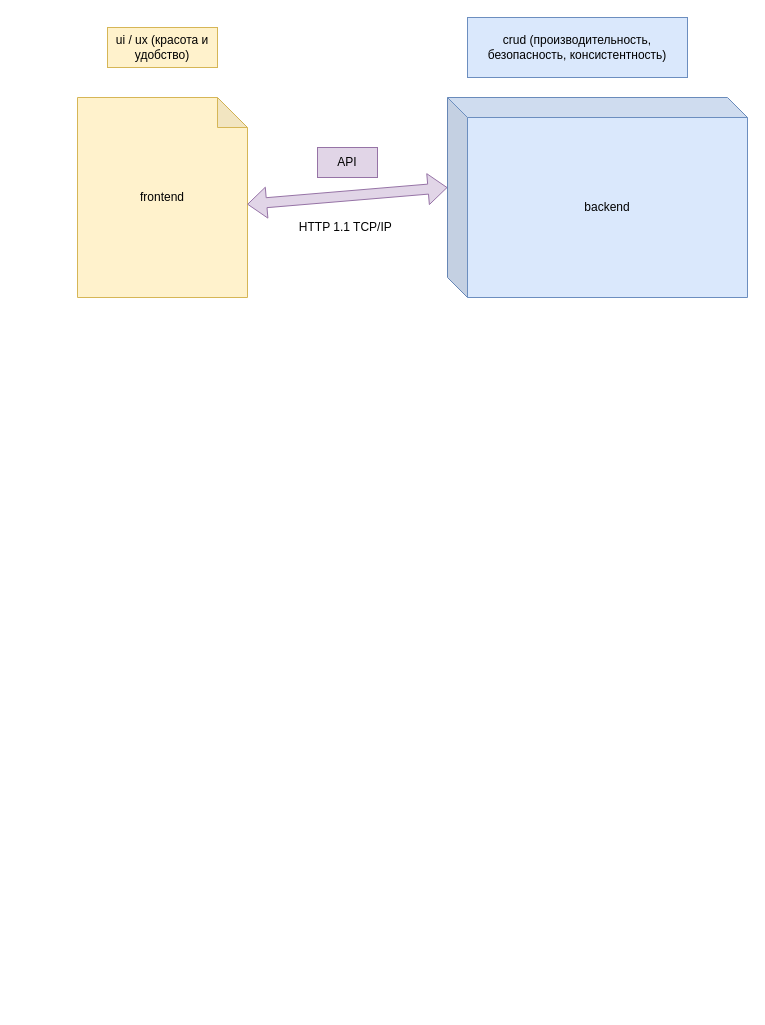
Earlier version of the draw.io diagram projects/7/django_book_store/scheme.drawio (bogdandrienko/PyE-231). Source tidied: cells renumbered, new cells numbered last; positions are measured from the earlier drawing's top-left corner, leaving out a move shared by most shapes. Both pictures are drawn from the tidied source at 100%, with x=0, y=0 at pixel (77, 17).
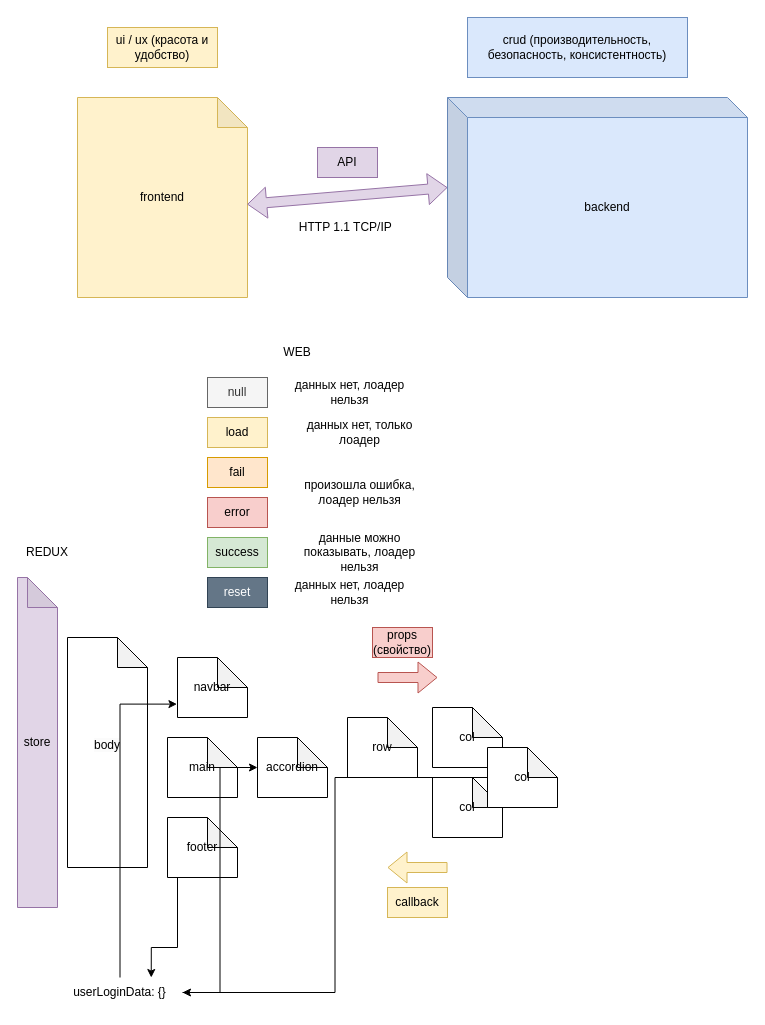
After the change.

The edit, as a diff of the source:
```diff
@@
+    <mxCell id="9" value="&#10;&lt;span style=&quot;color: rgb(0, 0, 0); font-family: Helvetica; font-size: 12px; font-style: normal; font-variant-ligatures: normal; font-variant-caps: normal; font-weight: 400; letter-spacing: normal; orphans: 2; text-align: center; text-indent: 0px; text-transform: none; widows: 2; word-spacing: 0px; -webkit-text-stroke-width: 0px; background-color: rgb(251, 251, 251); text-decoration-thickness: initial; text-decoration-style: initial; text-decoration-color: initial; float: none; display: inline !important;&quot;&gt;body&lt;/span&gt;&#10;&#10;" style="shape=note;whiteSpace=wrap;html=1;backgroundOutline=1;darkOpacity=0.05;" parent="1" vertex="1">
+      <mxGeometry x="-10" y="620" width="80" height="230" as="geometry" />
+    </mxCell>
+    <mxCell id="10" value="navbar" style="shape=note;whiteSpace=wrap;html=1;backgroundOutline=1;darkOpacity=0.05;" parent="1" vertex="1">
+      <mxGeometry x="100" y="640" width="70" height="60" as="geometry" />
+    </mxCell>
+    <mxCell id="11" style="edgeStyle=orthogonalEdgeStyle;rounded=0;jettySize=auto;html=1;entryX=0.75;entryY=0;entryDx=0;entryDy=0;" parent="1" edge="1" source="12" target="38">
+      <mxGeometry relative="1" as="geometry">
+        <Array as="points">
+          <mxPoint x="100" y="930" />
+        </Array>
+      </mxGeometry>
+    </mxCell>
+    <mxCell id="12" value="footer" style="shape=note;whiteSpace=wrap;html=1;backgroundOutline=1;darkOpacity=0.05;" parent="1" vertex="1">
+      <mxGeometry x="90" y="800" width="70" height="60" as="geometry" />
+    </mxCell>
+    <mxCell id="13" value="main" style="shape=note;whiteSpace=wrap;html=1;backgroundOutline=1;darkOpacity=0.05;" parent="1" vertex="1">
+      <mxGeometry x="90" y="720" width="70" height="60" as="geometry" />
+    </mxCell>
+    <mxCell id="14" value="accordion" style="shape=note;whiteSpace=wrap;html=1;backgroundOutline=1;darkOpacity=0.05;" parent="1" vertex="1">
+      <mxGeometry x="180" y="720" width="70" height="60" as="geometry" />
+    </mxCell>
+    <mxCell id="15" value="row" style="shape=note;whiteSpace=wrap;html=1;backgroundOutline=1;darkOpacity=0.05;" parent="1" vertex="1">
+      <mxGeometry x="270" y="700" width="70" height="60" as="geometry" />
+    </mxCell>
+    <mxCell id="16" value="col" style="shape=note;whiteSpace=wrap;html=1;backgroundOutline=1;darkOpacity=0.05;" parent="1" vertex="1">
+      <mxGeometry x="355" y="690" width="70" height="60" as="geometry" />
+    </mxCell>
+    <mxCell id="17" value="col" style="shape=note;whiteSpace=wrap;html=1;backgroundOutline=1;darkOpacity=0.05;" parent="1" vertex="1">
+      <mxGeometry x="355" y="760" width="70" height="60" as="geometry" />
+    </mxCell>
+    <mxCell id="18" style="edgeStyle=orthogonalEdgeStyle;rounded=0;jettySize=auto;html=1;entryX=1;entryY=0.5;entryDx=0;entryDy=0;" parent="1" edge="1" source="19" target="38">
+      <mxGeometry relative="1" as="geometry" />
+    </mxCell>
+    <mxCell id="19" value="col" style="shape=note;whiteSpace=wrap;html=1;backgroundOutline=1;darkOpacity=0.05;" parent="1" vertex="1">
+      <mxGeometry x="410" y="730" width="70" height="60" as="geometry" />
+    </mxCell>
+    <mxCell id="20" style="shape=flexArrow;endArrow=classic;html=1;rounded=0;fillColor=#f8cecc;strokeColor=#b85450;" parent="1" edge="1">
+      <mxGeometry relative="1" as="geometry">
+        <mxPoint x="300" y="660" as="sourcePoint" />
+        <mxPoint x="360" y="660" as="targetPoint" />
+      </mxGeometry>
+    </mxCell>
+    <mxCell id="21" value="props (свойство)" style="text;html=1;align=center;verticalAlign=middle;whiteSpace=wrap;rounded=0;fillColor=#f8cecc;strokeColor=#b85450;" parent="1" vertex="1">
+      <mxGeometry x="295" y="610" width="60" height="30" as="geometry" />
+    </mxCell>
+    <mxCell id="22" style="shape=flexArrow;endArrow=classic;html=1;rounded=0;fillColor=#fff2cc;strokeColor=#d6b656;" parent="1" edge="1">
+      <mxGeometry relative="1" as="geometry">
+        <mxPoint x="370" y="850" as="sourcePoint" />
+        <mxPoint x="310" y="850" as="targetPoint" />
+      </mxGeometry>
+    </mxCell>
+    <mxCell id="23" value="callback" style="text;html=1;align=center;verticalAlign=middle;whiteSpace=wrap;rounded=0;fillColor=#fff2cc;strokeColor=#d6b656;" parent="1" vertex="1">
+      <mxGeometry x="310" y="870" width="60" height="30" as="geometry" />
+    </mxCell>
+    <mxCell id="24" value="REDUX" style="text;html=1;align=center;verticalAlign=middle;whiteSpace=wrap;rounded=0;" parent="1" vertex="1">
+      <mxGeometry x="-60" y="520" width="60" height="30" as="geometry" />
+    </mxCell>
+    <mxCell id="25" value="store" style="shape=note;whiteSpace=wrap;html=1;backgroundOutline=1;darkOpacity=0.05;fillColor=#e1d5e7;strokeColor=#9673a6;" parent="1" vertex="1">
+      <mxGeometry x="-60" y="560" width="40" height="330" as="geometry" />
+    </mxCell>
+    <mxCell id="26" value="null" style="text;html=1;align=center;verticalAlign=middle;whiteSpace=wrap;rounded=0;fillColor=#f5f5f5;fontColor=#333333;strokeColor=#666666;" parent="1" vertex="1">
+      <mxGeometry x="130" y="360" width="60" height="30" as="geometry" />
+    </mxCell>
+    <mxCell id="27" value="load" style="text;html=1;align=center;verticalAlign=middle;whiteSpace=wrap;rounded=0;fillColor=#fff2cc;strokeColor=#d6b656;" parent="1" vertex="1">
+      <mxGeometry x="130" y="400" width="60" height="30" as="geometry" />
+    </mxCell>
+    <mxCell id="28" value="fail" style="text;html=1;align=center;verticalAlign=middle;whiteSpace=wrap;rounded=0;fillColor=#ffe6cc;strokeColor=#d79b00;" parent="1" vertex="1">
+      <mxGeometry x="130" y="440" width="60" height="30" as="geometry" />
+    </mxCell>
+    <mxCell id="29" value="error" style="text;html=1;align=center;verticalAlign=middle;whiteSpace=wrap;rounded=0;fillColor=#f8cecc;strokeColor=#b85450;" parent="1" vertex="1">
+      <mxGeometry x="130" y="480" width="60" height="30" as="geometry" />
+    </mxCell>
+    <mxCell id="30" value="success" style="text;html=1;align=center;verticalAlign=middle;whiteSpace=wrap;rounded=0;fillColor=#d5e8d4;strokeColor=#82b366;" parent="1" vertex="1">
+      <mxGeometry x="130" y="520" width="60" height="30" as="geometry" />
+    </mxCell>
+    <mxCell id="31" value="reset" style="text;html=1;align=center;verticalAlign=middle;whiteSpace=wrap;rounded=0;fillColor=#647687;fontColor=#ffffff;strokeColor=#314354;" parent="1" vertex="1">
+      <mxGeometry x="130" y="560" width="60" height="30" as="geometry" />
+    </mxCell>
+    <mxCell id="32" value="данных нет, только лоадер" style="text;html=1;align=center;verticalAlign=middle;whiteSpace=wrap;rounded=0;" parent="1" vertex="1">
+      <mxGeometry x="215" y="400" width="135" height="30" as="geometry" />
+    </mxCell>
+    <mxCell id="33" value="произошла ошибка, лоадер нельзя" style="text;html=1;align=center;verticalAlign=middle;whiteSpace=wrap;rounded=0;" parent="1" vertex="1">
+      <mxGeometry x="215" y="440" width="135" height="70" as="geometry" />
+    </mxCell>
+    <mxCell id="34" value="данных нет, лоадер нельзя" style="text;html=1;align=center;verticalAlign=middle;whiteSpace=wrap;rounded=0;" parent="1" vertex="1">
+      <mxGeometry x="205" y="360" width="135" height="30" as="geometry" />
+    </mxCell>
+    <mxCell id="35" value="данные можно показывать, лоадер нельзя" style="text;html=1;align=center;verticalAlign=middle;whiteSpace=wrap;rounded=0;" parent="1" vertex="1">
+      <mxGeometry x="215" y="520" width="135" height="30" as="geometry" />
+    </mxCell>
+    <mxCell id="36" value="данных нет, лоадер нельзя" style="text;html=1;align=center;verticalAlign=middle;whiteSpace=wrap;rounded=0;" parent="1" vertex="1">
+      <mxGeometry x="205" y="560" width="135" height="30" as="geometry" />
+    </mxCell>
+    <mxCell id="37" value="WEB" style="text;html=1;align=center;verticalAlign=middle;whiteSpace=wrap;rounded=0;" parent="1" vertex="1">
+      <mxGeometry x="190" y="320" width="60" height="30" as="geometry" />
+    </mxCell>
+    <mxCell id="38" value="userLoginData: {}" style="text;html=1;align=center;verticalAlign=middle;whiteSpace=wrap;rounded=0;" parent="1" vertex="1">
+      <mxGeometry x="-20" y="960" width="125" height="30" as="geometry" />
+    </mxCell>
+    <mxCell id="39" style="edgeStyle=orthogonalEdgeStyle;rounded=0;jettySize=auto;html=1;entryX=-0.008;entryY=0.777;entryDx=0;entryDy=0;entryPerimeter=0;" parent="1" edge="1" source="38" target="10">
+      <mxGeometry relative="1" as="geometry" />
+    </mxCell>
+    <mxCell id="40" style="edgeStyle=orthogonalEdgeStyle;rounded=0;jettySize=auto;html=1;entryX=0;entryY=0.5;entryDx=0;entryDy=0;entryPerimeter=0;" parent="1" edge="1" source="38" target="14">
+      <mxGeometry relative="1" as="geometry" />
+    </mxCell>
```
